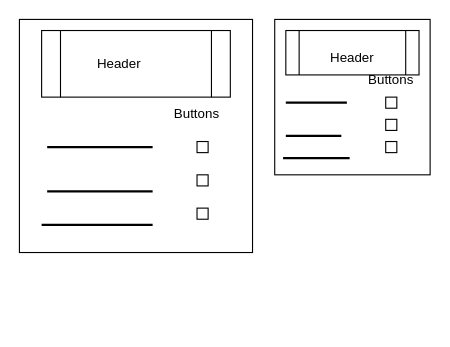
Earlier version of the draw.io diagram src/.drawio (tamwarn/Todo-Task-App). Source tidied: cells renumbered, new cells numbered last; positions are measured from the earlier drawing's top-left corner, leaving out a move shared by most shapes. Both pictures are drawn from the tidied source at 111%, with x=0, y=0 at pixel (19, 19).
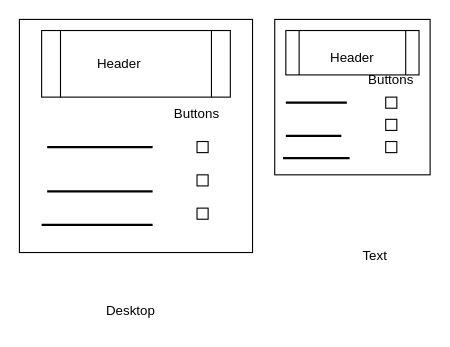
Above is the later version.

Diff of the diagram source:
```diff
@@
+    <mxCell id="22" value="Desktop" style="text;html=1;align=center;verticalAlign=middle;strokeColor=none;fillColor=none;" parent="1" vertex="1">
+      <mxGeometry x="65" y="248" width="70" height="30" as="geometry" />
+    </mxCell>
+    <mxCell id="23" value="Text" style="text;html=1;align=center;verticalAlign=middle;strokeColor=none;fillColor=none;" parent="1" vertex="1">
+      <mxGeometry x="295" y="198" width="50" height="30" as="geometry" />
+    </mxCell>
```
